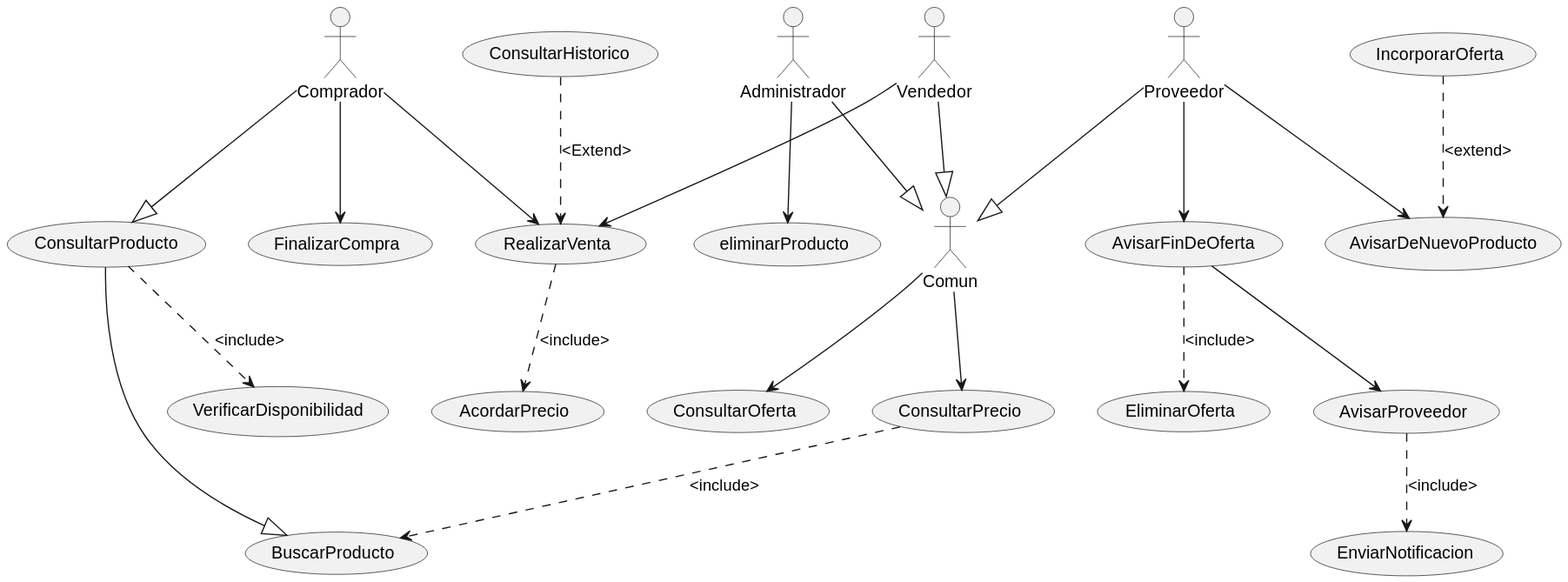
Above: out/lab0/src/SistemaDeCompras/SistemaDeCompras.svg in it557/INRE-UAL-BLANCO-2022 (PlantUML), before the change.
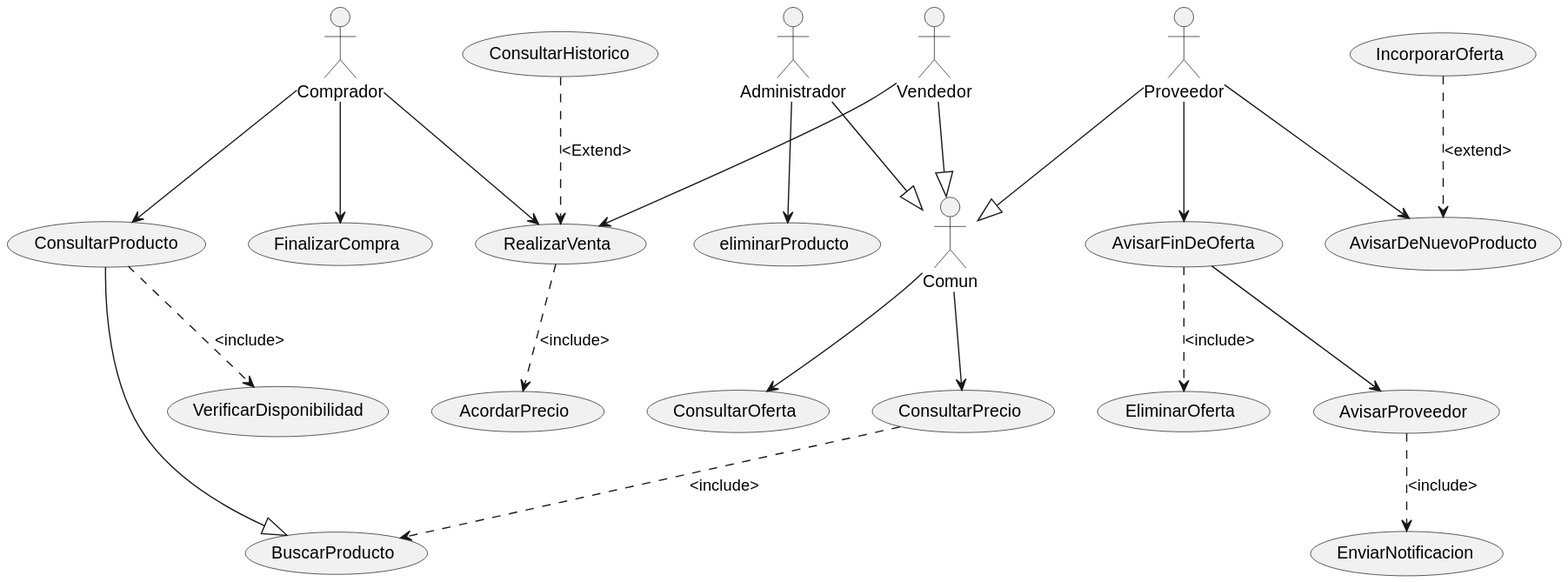
The same file after the commit.

Change to the diagram source:
```diff
@@ -15,7 +15,7 @@
 (AvisarFinDeOferta)..>(EliminarOferta):<include>
 (AvisarFinDeOferta)-->(AvisarProveedor)
 (ConsultarProducto)--|>(BuscarProducto)
-:Comprador: --|> (ConsultarProducto)
+:Comprador: --> (ConsultarProducto)
 (ConsultarProducto)..>(VerificarDisponibilidad):<include>
 Comprador-->(FinalizarCompra)
 Comprador-->(RealizarVenta)
```
